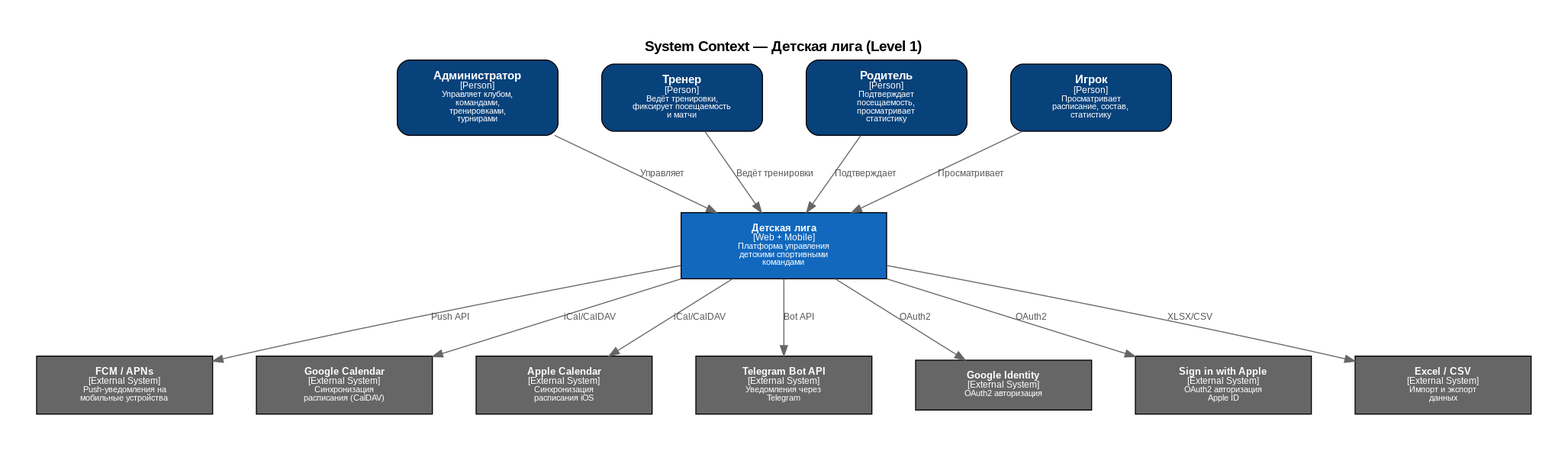
The PlantUML diagram docs/png/c1_context.png in GHostlyFOX/leum, before a commit. Its source is kept beside it as docs/c4/c1_context.puml. Its diagram source:
```plantuml
@startuml c1_context
!include https://raw.githubusercontent.com/plantuml-stdlib/C4-PlantUML/master/C4_Context.puml

LAYOUT_WITH_LEGEND()

title System Context — Сбор (SquadUp.ru) (Level 1)

Person(admin,      "Администратор",  "Управляет клубом, командами,\nтренировками, турнирами и матчами")
Person(coach,      "Тренер",         "Ведёт тренировки, фиксирует\nпосещаемость и результаты матчей")
Person(parent,     "Родитель",       "Подтверждает посещаемость,\nпросматривает статистику ребёнка")
Person(player,     "Игрок",          "Просматривает расписание,\nсостав команды и статистику")

System(sbor_platform, "Сбор (SquadUp.ru)",
    "Веб-сайт + мобильное приложение\nдля управления детскими\nспортивными командами")

System_Ext(push_service,   "Push-уведомления\n(FCM / APNs)",   "Доставка push-уведомлений\nна мобильные устройства")
System_Ext(google_cal,     "Google Calendar",                  "Синхронизация расписания\nтренировок и матчей")
System_Ext(apple_cal,      "Apple Calendar",                   "Синхронизация расписания\nдля пользователей iOS")
System_Ext(telegram,       "Telegram Bot API",                 "Отправка уведомлений\nчерез Telegram")
System_Ext(google_auth,    "Google Identity",                  "OAuth2 авторизация\nчерез Google")
System_Ext(apple_auth,     "Sign in with Apple",               "OAuth2 авторизация\nчерез Apple ID")
System_Ext(excel_import,   "Excel / CSV",                      "Импорт/экспорт списков\nигроков и данных")

Rel(admin,  sbor_platform, "Управляет клубом,\nкомандами, турнирами",     "HTTPS / Web")
Rel(coach,  sbor_platform, "Ведёт тренировки,\nфиксирует матчи",          "HTTPS / Web + Mobile")
Rel(parent, sbor_platform, "RSVP, календарь, статистика\nребёнка, уведомления",        "HTTPS / Web + Mobile")
Rel(player, sbor_platform, "Расписание, состав, статистика,\nlive-матчи, уведомления",    "HTTPS / Web + Mobile")

Rel(sbor_platform, push_service, "Отправляет push-уведомления",  "HTTPS / API")
Rel(sbor_platform, google_cal,   "Экспортирует расписание",       "CalDAV / iCal")
Rel(sbor_platform, apple_cal,    "Экспортирует расписание",       "CalDAV / iCal")
Rel(sbor_platform, telegram,     "Отправляет уведомления",        "Bot API")
Rel(sbor_platform, google_auth,  "OAuth2 авторизация",            "OAuth2 / OIDC")
Rel(sbor_platform, apple_auth,   "OAuth2 авторизация",            "Sign in with Apple")
Rel(admin,         excel_import, "Импортирует списки игроков",    "XLSX / CSV")
Rel(sbor_platform, excel_import, "Экспортирует отчёты",           "XLSX / CSV")

@enduml
```
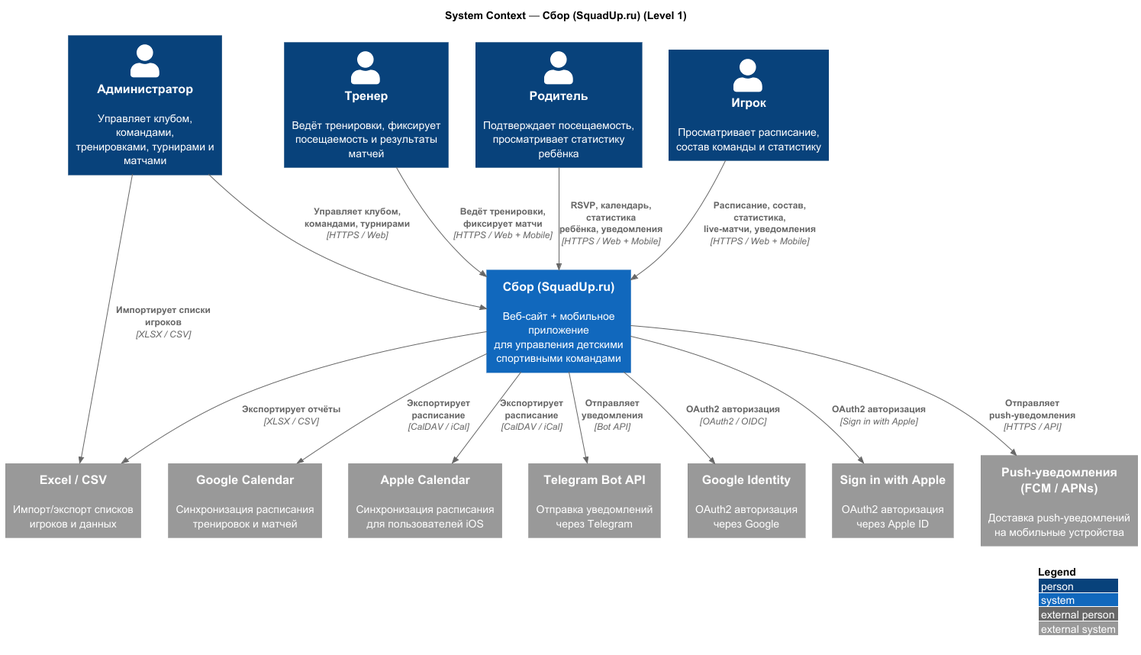
The same file after the commit.

What changed in the source:
```diff
@@ -1,5 +1,5 @@
 @startuml c1_context
-!include https://raw.githubusercontent.com/plantuml-stdlib/C4-PlantUML/master/C4_Context.puml
+!include lib/C4_Context.puml
 
 LAYOUT_WITH_LEGEND()
 
@@ -10,8 +10,7 @@
 Person(parent,     "Родитель",       "Подтверждает посещаемость,\nпросматривает статистику ребёнка")
 Person(player,     "Игрок",          "Просматривает расписание,\nсостав команды и статистику")
 
-System(sbor_platform, "Сбор (SquadUp.ru)",
-    "Веб-сайт + мобильное приложение\nдля управления детскими\nспортивными командами")
+System(sbor_platform, "Сбор (SquadUp.ru)", "Веб-сайт + мобильное приложение\nдля управления детскими\nспортивными командами")
 
 System_Ext(push_service,   "Push-уведомления\n(FCM / APNs)",   "Доставка push-уведомлений\nна мобильные устройства")
 System_Ext(google_cal,     "Google Calendar",                  "Синхронизация расписания\nтренировок и матчей")
```
